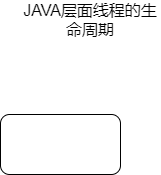
Above: 多线程与高并发/java_thread.png in LePeitiPrince/note-picture (draw.io), before the change. Source tidied: cells renumbered, new cells last; positions are measured from the earlier drawing's top-left corner, leaving out a move shared by most shapes. Source of this version:
```xml
<mxGraphModel>
  <root>
    <mxCell id="0" />
    <mxCell id="1" parent="0" />
    <mxCell id="2" style="rounded=1;whiteSpace=wrap;html=1;" parent="1" vertex="1">
      <mxGeometry y="110" width="120" height="60" as="geometry" />
    </mxCell>
    <mxCell id="3" value="&lt;font style=&quot;font-size: 16px&quot;&gt;JAVA层面线程的生命周期&lt;/font&gt;" style="text;html=1;strokeColor=none;fillColor=none;align=center;verticalAlign=middle;whiteSpace=wrap;rounded=0;" parent="1" vertex="1">
      <mxGeometry x="20" width="140" height="30" as="geometry" />
    </mxCell>
  </root>
</mxGraphModel>
```
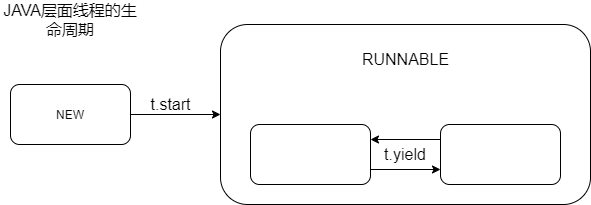
After the change.

What changed in the source:
```diff
@@ -2,11 +2,40 @@
   <root>
     <mxCell id="0" />
     <mxCell id="1" parent="0" />
+    <mxCell id="4" style="edgeStyle=orthogonalEdgeStyle;rounded=0;jettySize=auto;html=1;exitX=1;exitY=0.5;exitDx=0;exitDy=0;fontSize=16;" parent="1" edge="1" source="2">
+      <mxGeometry relative="1" as="geometry">
+        <mxPoint x="240" y="110" as="targetPoint" />
+      </mxGeometry>
+    </mxCell>
-    <mxCell id="2" style="rounded=1;whiteSpace=wrap;html=1;" parent="1" vertex="1">
-      <mxGeometry y="110" width="120" height="60" as="geometry" />
+    <mxCell id="2" value="NEW" style="rounded=1;whiteSpace=wrap;html=1;" parent="1" vertex="1">
+      <mxGeometry x="30" y="80" width="120" height="60" as="geometry" />
     </mxCell>
     <mxCell id="3" value="&lt;font style=&quot;font-size: 16px&quot;&gt;JAVA层面线程的生命周期&lt;/font&gt;" style="text;html=1;strokeColor=none;fillColor=none;align=center;verticalAlign=middle;whiteSpace=wrap;rounded=0;" parent="1" vertex="1">
       <mxGeometry x="20" width="140" height="30" as="geometry" />
     </mxCell>
+    <mxCell id="5" value="t.start" style="text;html=1;align=center;verticalAlign=middle;strokeColor=none;fillColor=none;fontSize=16;" parent="1" vertex="1">
+      <mxGeometry x="160" y="90" width="60" height="20" as="geometry" />
+    </mxCell>
+    <mxCell id="6" style="rounded=1;whiteSpace=wrap;html=1;fontSize=16;" parent="1" vertex="1">
+      <mxGeometry x="240" y="20" width="370" height="180" as="geometry" />
+    </mxCell>
+    <mxCell id="7" style="edgeStyle=orthogonalEdgeStyle;rounded=0;jettySize=auto;html=1;exitX=1;exitY=0.75;exitDx=0;exitDy=0;entryX=0;entryY=0.75;entryDx=0;entryDy=0;fontSize=16;" parent="1" edge="1" source="8" target="10">
+      <mxGeometry relative="1" as="geometry" />
+    </mxCell>
+    <mxCell id="8" style="rounded=1;whiteSpace=wrap;html=1;fontSize=16;" parent="1" vertex="1">
+      <mxGeometry x="270" y="120" width="120" height="60" as="geometry" />
+    </mxCell>
+    <mxCell id="9" style="edgeStyle=orthogonalEdgeStyle;rounded=0;jettySize=auto;html=1;exitX=0;exitY=0.25;exitDx=0;exitDy=0;entryX=1;entryY=0.25;entryDx=0;entryDy=0;fontSize=16;" parent="1" edge="1" source="10" target="8">
+      <mxGeometry relative="1" as="geometry" />
+    </mxCell>
+    <mxCell id="10" style="rounded=1;whiteSpace=wrap;html=1;fontSize=16;" parent="1" vertex="1">
+      <mxGeometry x="460" y="120" width="120" height="60" as="geometry" />
+    </mxCell>
+    <mxCell id="11" value="RUNNABLE" style="text;html=1;strokeColor=none;fillColor=none;align=center;verticalAlign=middle;whiteSpace=wrap;rounded=0;fontSize=16;" parent="1" vertex="1">
+      <mxGeometry x="377.5" y="40" width="95" height="30" as="geometry" />
+    </mxCell>
+    <mxCell id="12" value="t.yield" style="text;html=1;strokeColor=none;fillColor=none;align=center;verticalAlign=middle;whiteSpace=wrap;rounded=0;fontSize=16;" parent="1" vertex="1">
+      <mxGeometry x="395" y="135" width="60" height="30" as="geometry" />
+    </mxCell>
   </root>
 </mxGraphModel>
```
